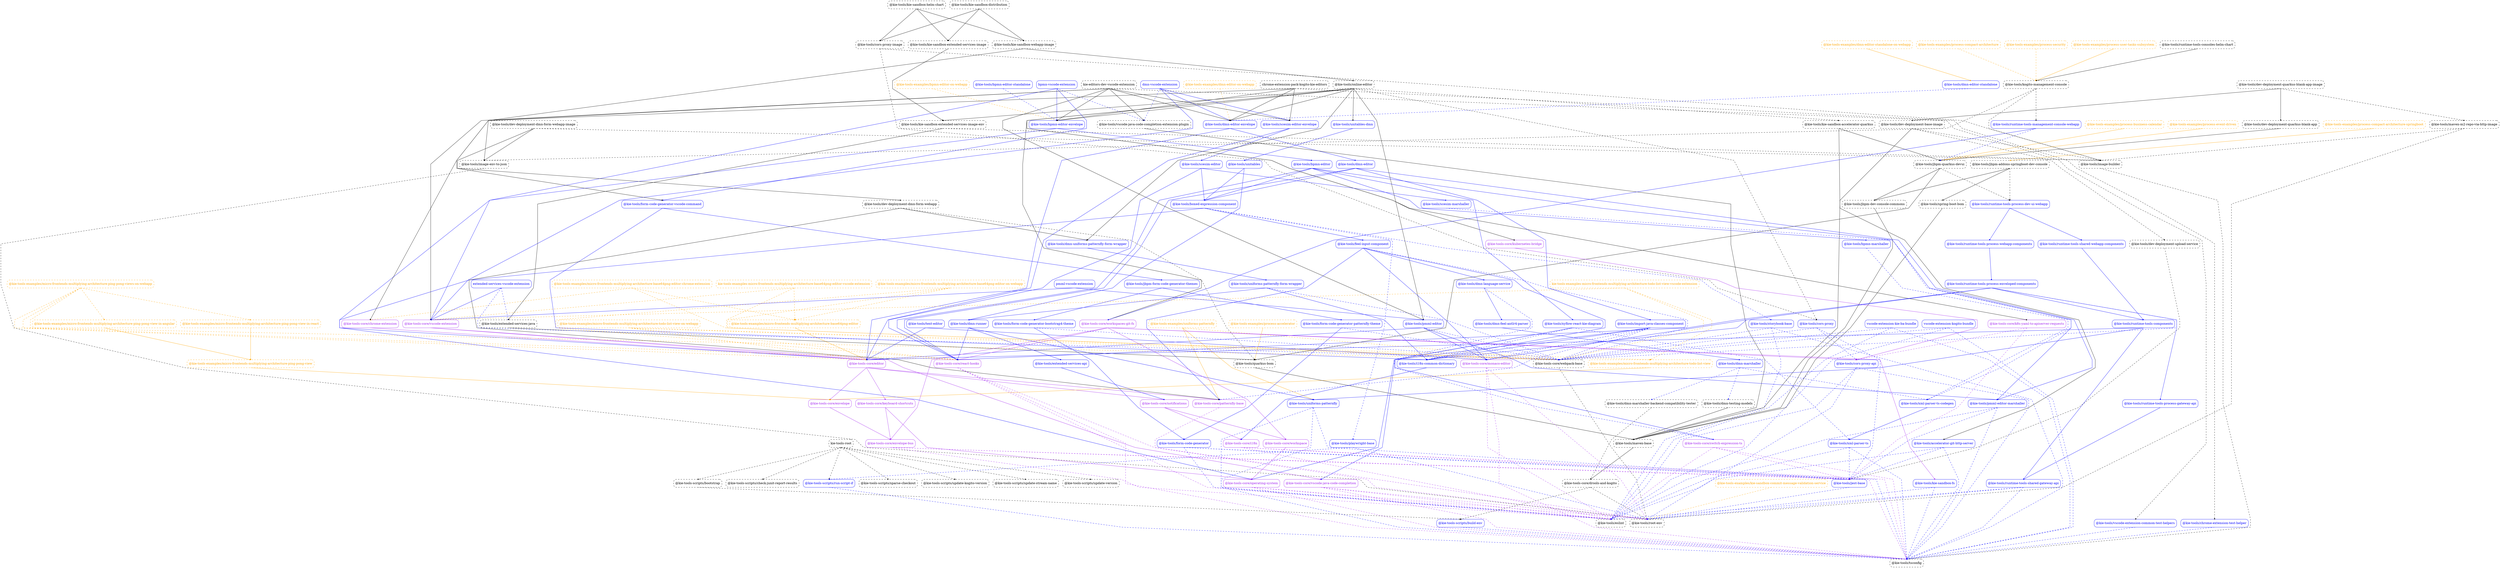
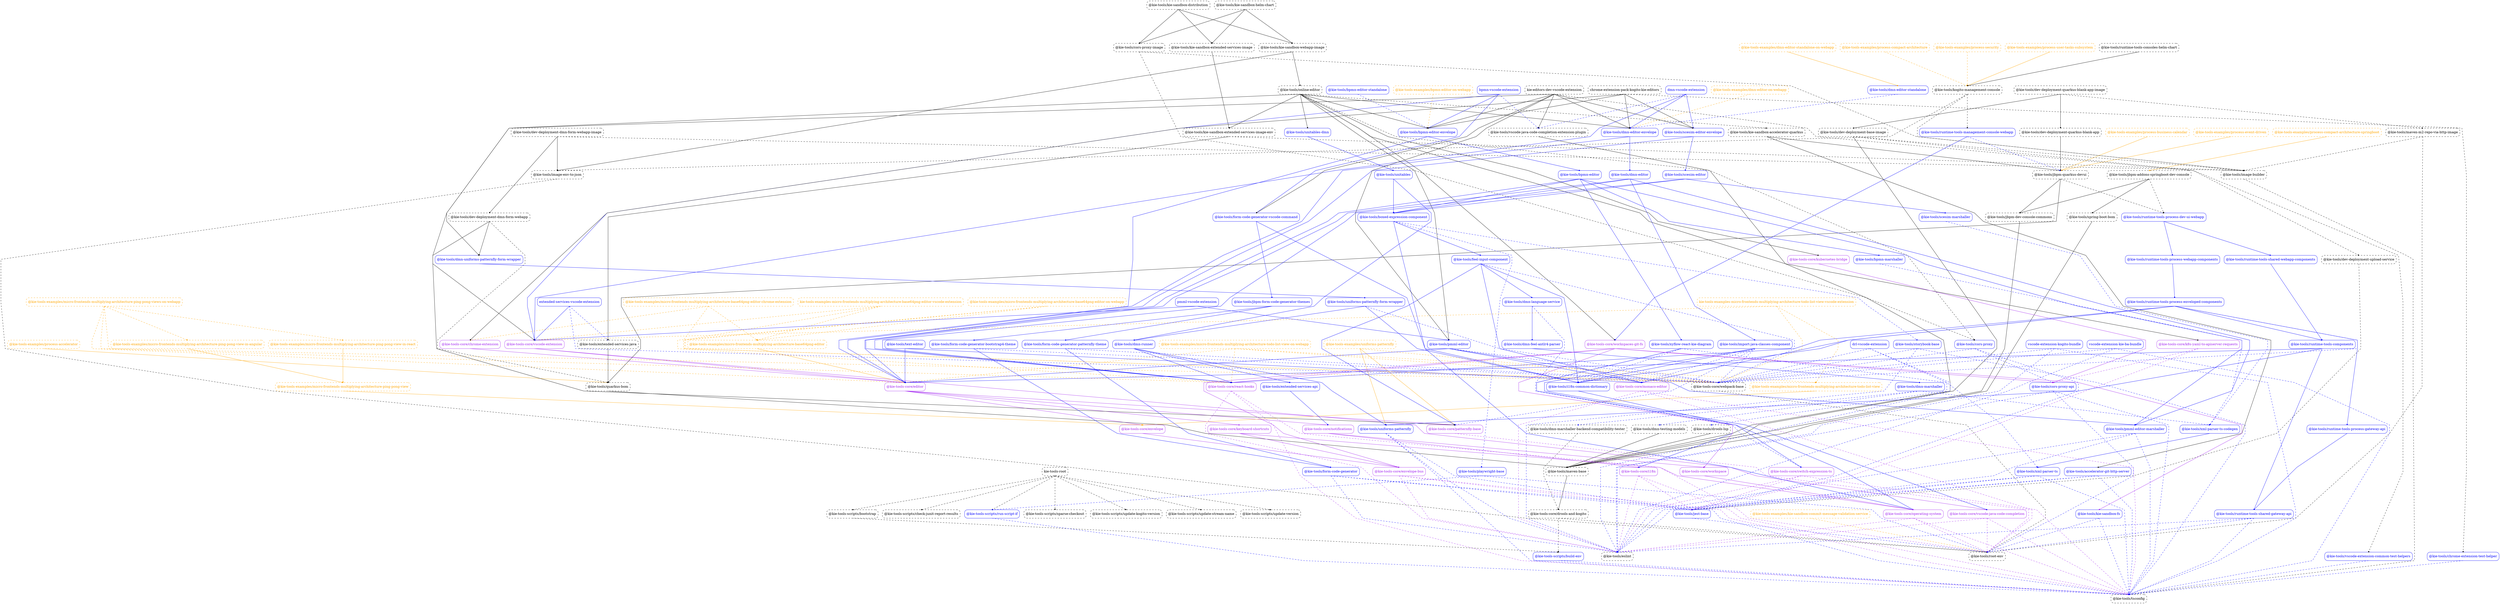
digraph G {
  graph [ ranksep =2, splines = "polyline", rankdir =TB, ordering = "out" ];
  node [ shape =box ];
  edge [ headport = "n", tailport = "s", arrowhead =dot, arrowsize =0.5 ];
  "kie-tools-root" [ color = "black", fontcolor = "black", style = "dashed, rounded" ];
  "@kie-tools-scripts/bootstrap" [ color = "black", fontcolor = "black", style = "dashed, rounded" ];
  "@kie-tools-scripts/check-junit-report-results" [ color = "black", fontcolor = "black", style = "dashed, rounded" ];
  "@kie-tools-scripts/run-script-if" [ color = "blue", fontcolor = "blue", style = "rounded" ];
  "@kie-tools-scripts/sparse-checkout" [ color = "black", fontcolor = "black", style = "dashed, rounded" ];
  "@kie-tools-scripts/update-kogito-version" [ color = "black", fontcolor = "black", style = "dashed, rounded" ];
  "@kie-tools-scripts/update-stream-name" [ color = "black", fontcolor = "black", style = "dashed, rounded" ];
  "@kie-tools-scripts/update-version" [ color = "black", fontcolor = "black", style = "dashed, rounded" ];
  "@kie-tools-examples/bpmn-editor-on-webapp" [ color = "orange", fontcolor = "orange", style = "dashed, rounded" ];
  "@kie-tools/bpmn-editor-envelope" [ color = "blue", fontcolor = "blue", style = "rounded" ];
  "@kie-tools-examples/dmn-editor-on-webapp" [ color = "orange", fontcolor = "orange", style = "dashed, rounded" ];
  "@kie-tools/dmn-editor-envelope" [ color = "blue", fontcolor = "blue", style = "rounded" ];
  "@kie-tools-examples/dmn-editor-standalone-on-webapp" [ color = "orange", fontcolor = "orange", style = "dashed, rounded" ];
  "@kie-tools/dmn-editor-standalone" [ color = "blue", fontcolor = "blue", style = "rounded" ];
  "@kie-tools-examples/kie-sandbox-commit-message-validation-service" [ color = "orange", fontcolor = "orange", style = "dashed, rounded" ];
  "@kie-tools/root-env" [ color = "black", fontcolor = "black", style = "dashed, rounded" ];
  "@kie-tools-examples/micro-frontends-multiplying-architecture-base64png-editor" [ color = "orange", fontcolor = "orange", style = "dashed, rounded" ];
  "@kie-tools-core/editor" [ color = "purple", fontcolor = "purple", style = "rounded" ];
  "@kie-tools-examples/micro-frontends-multiplying-architecture-base64png-editor-chrome-extension" [ color = "orange", fontcolor = "orange", style = "dashed, rounded" ];
  "@kie-tools-core/chrome-extension" [ color = "purple", fontcolor = "purple", style = "rounded" ];
  "@kie-tools-core/webpack-base" [ color = "black", fontcolor = "black", style = "dashed, rounded" ];
  "@kie-tools-examples/micro-frontends-multiplying-architecture-base64png-editor-on-webapp" [ color = "orange", fontcolor = "orange", style = "dashed, rounded" ];
  "@kie-tools-core/react-hooks" [ color = "purple", fontcolor = "purple", style = "rounded" ];
  "kie-tools-examples-micro-frontends-multiplying-architecture-base64png-editor-vscode-extension" [ color = "orange", fontcolor = "orange", style = "dashed, rounded" ];
  "@kie-tools-core/vscode-extension" [ color = "purple", fontcolor = "purple", style = "rounded" ];
  "@kie-tools-examples/micro-frontends-multiplying-architecture-ping-pong-view" [ color = "orange", fontcolor = "orange", style = "dashed, rounded" ];
  "@kie-tools-core/envelope" [ color = "purple", fontcolor = "purple", style = "rounded" ];
  "@kie-tools-examples/micro-frontends-multiplying-architecture-ping-pong-view-in-angular" [ color = "orange", fontcolor = "orange", style = "dashed, rounded" ];
  "@kie-tools-examples/micro-frontends-multiplying-architecture-ping-pong-view-in-react" [ color = "orange", fontcolor = "orange", style = "dashed, rounded" ];
  "@kie-tools-examples/micro-frontends-multiplying-architecture-ping-pong-views-on-webapp" [ color = "orange", fontcolor = "orange", style = "dashed, rounded" ];
  "@kie-tools-examples/micro-frontends-multiplying-architecture-todo-list-view" [ color = "orange", fontcolor = "orange", style = "dashed, rounded" ];
  "@kie-tools-examples/micro-frontends-multiplying-architecture-todo-list-view-on-webapp" [ color = "orange", fontcolor = "orange", style = "dashed, rounded" ];
  "kie-tools-examples-micro-frontends-multiplying-architecture-todo-list-view-vscode-extension" [ color = "orange", fontcolor = "orange", style = "dashed, rounded" ];
  "@kie-tools-examples/process-accelerator" [ color = "orange", fontcolor = "orange", style = "dashed, rounded" ];
  "@kie-tools/quarkus-bom" [ color = "black", fontcolor = "black", style = "dashed, rounded" ];
  "@kie-tools-examples/process-business-calendar" [ color = "orange", fontcolor = "orange", style = "dashed, rounded" ];
  "@kie-tools/jbpm-quarkus-devui" [ color = "black", fontcolor = "black", style = "dashed, rounded" ];
  "@kie-tools-examples/process-compact-architecture" [ color = "orange", fontcolor = "orange", style = "dashed, rounded" ];
  "@kie-tools/kogito-management-console" [ color = "black", fontcolor = "black", style = "dashed, rounded" ];
  "@kie-tools-examples/process-compact-architecture-springboot" [ color = "orange", fontcolor = "orange", style = "dashed, rounded" ];
  "@kie-tools/jbpm-addons-springboot-dev-console" [ color = "black", fontcolor = "black", style = "dashed, rounded" ];
  "@kie-tools-examples/process-event-driven" [ color = "orange", fontcolor = "orange", style = "dashed, rounded" ];
  "@kie-tools-examples/process-security" [ color = "orange", fontcolor = "orange", style = "dashed, rounded" ];
  "@kie-tools-examples/process-user-tasks-subsystem" [ color = "orange", fontcolor = "orange", style = "dashed, rounded" ];
  "@kie-tools-examples/uniforms-patternfly" [ color = "orange", fontcolor = "orange", style = "dashed, rounded" ];
  "@kie-tools-core/patternfly-base" [ color = "purple", fontcolor = "purple", style = "rounded" ];
  "@kie-tools/uniforms-patternfly" [ color = "blue", fontcolor = "blue", style = "rounded" ];
  "@kie-tools/accelerator-git-http-server" [ color = "blue", fontcolor = "blue", style = "rounded" ];
  "@kie-tools/eslint" [ color = "black", fontcolor = "black", style = "dashed, rounded" ];
  "@kie-tools/jest-base" [ color = "blue", fontcolor = "blue", style = "rounded" ];
  "@kie-tools/tsconfig" [ color = "black", fontcolor = "black", style = "dashed, rounded" ];
  "@kie-tools/boxed-expression-component" [ color = "blue", fontcolor = "blue", style = "rounded" ];
  "@kie-tools-core/operating-system" [ color = "purple", fontcolor = "purple", style = "rounded" ];
  "@kie-tools/feel-input-component" [ color = "blue", fontcolor = "blue", style = "rounded" ];
  "@kie-tools/playwright-base" [ color = "blue", fontcolor = "blue", style = "rounded" ];
  "@kie-tools/storybook-base" [ color = "blue", fontcolor = "blue", style = "rounded" ];
  "@kie-tools/bpmn-editor" [ color = "blue", fontcolor = "blue", style = "rounded" ];
  "@kie-tools/bpmn-marshaller" [ color = "blue", fontcolor = "blue", style = "rounded" ];
  "@kie-tools/pmml-editor-marshaller" [ color = "blue", fontcolor = "blue", style = "rounded" ];
  "@kie-tools/xyflow-react-kie-diagram" [ color = "blue", fontcolor = "blue", style = "rounded" ];
  "@kie-tools/bpmn-editor-standalone" [ color = "blue", fontcolor = "blue", style = "rounded" ];
  "@kie-tools/xml-parser-ts-codegen" [ color = "blue", fontcolor = "blue", style = "rounded" ];
  "bpmn-vscode-extension" [ color = "blue", fontcolor = "blue", style = "rounded" ];
  "@kie-tools/form-code-generator-vscode-command" [ color = "blue", fontcolor = "blue", style = "rounded" ];
  "@kie-tools/vscode-java-code-completion-extension-plugin" [ color = "black", fontcolor = "black", style = "dashed, rounded" ];
  "chrome-extension-pack-kogito-kie-editors" [ color = "black", fontcolor = "black", style = "dashed, rounded" ];
  "@kie-tools/scesim-editor-envelope" [ color = "blue", fontcolor = "blue", style = "rounded" ];
  "@kie-tools/chrome-extension-test-helper" [ color = "blue", fontcolor = "blue", style = "rounded" ];
  "@kie-tools/cors-proxy" [ color = "blue", fontcolor = "blue", style = "rounded" ];
  "@kie-tools/cors-proxy-api" [ color = "blue", fontcolor = "blue", style = "rounded" ];
  "@kie-tools/cors-proxy-image" [ color = "black", fontcolor = "black", style = "dashed, rounded" ];
  "@kie-tools/image-builder" [ color = "black", fontcolor = "black", style = "dashed, rounded" ];
  "@kie-tools/dev-deployment-base-image" [ color = "black", fontcolor = "black", style = "dashed, rounded" ];
  "@kie-tools/maven-base" [ color = "black", fontcolor = "black", style = "dashed, rounded" ];
  "@kie-tools/dev-deployment-upload-service" [ color = "black", fontcolor = "black", style = "dashed, rounded" ];
  "@kie-tools/dev-deployment-dmn-form-webapp" [ color = "black", fontcolor = "black", style = "dashed, rounded" ];
  "@kie-tools/dmn-uniforms-patternfly-form-wrapper" [ color = "blue", fontcolor = "blue", style = "rounded" ];
  "@kie-tools/dev-deployment-dmn-form-webapp-image" [ color = "black", fontcolor = "black", style = "dashed, rounded" ];
  "@kie-tools/image-env-to-json" [ color = "black", fontcolor = "black", style = "dashed, rounded" ];
  "@kie-tools/dev-deployment-quarkus-blank-app" [ color = "black", fontcolor = "black", style = "dashed, rounded" ];
  "@kie-tools/dev-deployment-quarkus-blank-app-image" [ color = "black", fontcolor = "black", style = "dashed, rounded" ];
  "@kie-tools/maven-m2-repo-via-http-image" [ color = "black", fontcolor = "black", style = "dashed, rounded" ];
  "@kie-tools/dmn-editor" [ color = "blue", fontcolor = "blue", style = "rounded" ];
  "@kie-tools/import-java-classes-component" [ color = "blue", fontcolor = "blue", style = "rounded" ];
  "@kie-tools/dmn-feel-antlr4-parser" [ color = "blue", fontcolor = "blue", style = "rounded" ];
  "@kie-tools/dmn-marshaller" [ color = "blue", fontcolor = "blue", style = "rounded" ];
  "@kie-tools/dmn-language-service" [ color = "blue", fontcolor = "blue", style = "rounded" ];
  "@kie-tools-core/switch-expression-ts" [ color = "purple", fontcolor = "purple", style = "rounded" ];
  "@kie-tools/dmn-marshaller-backend-compatibility-tester" [ color = "black", fontcolor = "black", style = "dashed, rounded" ];
  "@kie-tools/dmn-testing-models" [ color = "black", fontcolor = "black", style = "dashed, rounded" ];
  "@kie-tools-core/drools-and-kogito" [ color = "black", fontcolor = "black", style = "dashed, rounded" ];
  "@kie-tools/dmn-runner" [ color = "blue", fontcolor = "blue", style = "rounded" ];
  "@kie-tools/extended-services-api" [ color = "blue", fontcolor = "blue", style = "rounded" ];
  "@kie-tools/uniforms-patternfly-form-wrapper" [ color = "blue", fontcolor = "blue", style = "rounded" ];
  "dmn-vscode-extension" [ color = "blue", fontcolor = "blue", style = "rounded" ];
+   "drl-vscode-extension" [ color = "blue", fontcolor = "blue", style = "rounded" ];
+   "@kie-tools/drools-lsp" [ color = "black", fontcolor = "black", style = "dashed, rounded" ];
  "@kie-tools-scripts/build-env" [ color = "blue", fontcolor = "blue", style = "rounded" ];
  "@kie-tools-core/keyboard-shortcuts" [ color = "purple", fontcolor = "purple", style = "rounded" ];
  "@kie-tools-core/notifications" [ color = "purple", fontcolor = "purple", style = "rounded" ];
  "@kie-tools-core/envelope-bus" [ color = "purple", fontcolor = "purple", style = "rounded" ];
  "@kie-tools/extended-services-java" [ color = "black", fontcolor = "black", style = "dashed, rounded" ];
  "extended-services-vscode-extension" [ color = "blue", fontcolor = "blue", style = "rounded" ];
  "@kie-tools-core/monaco-editor" [ color = "purple", fontcolor = "purple", style = "rounded" ];
  "@kie-tools/i18n-common-dictionary" [ color = "blue", fontcolor = "blue", style = "rounded" ];
  "@kie-tools/form-code-generator" [ color = "blue", fontcolor = "blue", style = "rounded" ];
  "@kie-tools/form-code-generator-bootstrap4-theme" [ color = "blue", fontcolor = "blue", style = "rounded" ];
  "@kie-tools/form-code-generator-patternfly-theme" [ color = "blue", fontcolor = "blue", style = "rounded" ];
  "@kie-tools/jbpm-form-code-generator-themes" [ color = "blue", fontcolor = "blue", style = "rounded" ];
  "@kie-tools-core/i18n" [ color = "purple", fontcolor = "purple", style = "rounded" ];
  "@kie-tools-core/vscode-java-code-completion" [ color = "purple", fontcolor = "purple", style = "rounded" ];
  "@kie-tools/jbpm-dev-console-commons" [ color = "black", fontcolor = "black", style = "dashed, rounded" ];
  "@kie-tools/spring-boot-bom" [ color = "black", fontcolor = "black", style = "dashed, rounded" ];
  "@kie-tools/runtime-tools-process-dev-ui-webapp" [ color = "blue", fontcolor = "blue", style = "rounded" ];
  "@kie-tools-core/k8s-yaml-to-apiserver-requests" [ color = "purple", fontcolor = "purple", style = "rounded" ];
  "kie-editors-dev-vscode-extension" [ color = "black", fontcolor = "black", style = "dashed, rounded" ];
  "@kie-tools/pmml-editor" [ color = "blue", fontcolor = "blue", style = "rounded" ];
  "@kie-tools/vscode-extension-common-test-helpers" [ color = "blue", fontcolor = "blue", style = "rounded" ];
  "@kie-tools/kie-sandbox-accelerator-quarkus" [ color = "black", fontcolor = "black", style = "dashed, rounded" ];
  "@kie-tools/kie-sandbox-distribution" [ color = "black", fontcolor = "black", style = "dashed, rounded" ];
  "@kie-tools/kie-sandbox-extended-services-image" [ color = "black", fontcolor = "black", style = "dashed, rounded" ];
  "@kie-tools/kie-sandbox-webapp-image" [ color = "black", fontcolor = "black", style = "dashed, rounded" ];
  "@kie-tools/kie-sandbox-extended-services-image-env" [ color = "black", fontcolor = "black", style = "dashed, rounded" ];
  "@kie-tools/kie-sandbox-fs" [ color = "blue", fontcolor = "blue", style = "rounded" ];
  "@kie-tools/kie-sandbox-helm-chart" [ color = "black", fontcolor = "black", style = "dashed, rounded" ];
  "@kie-tools/online-editor" [ color = "black", fontcolor = "black", style = "dashed, rounded" ];
  "@kie-tools/runtime-tools-management-console-webapp" [ color = "blue", fontcolor = "blue", style = "rounded" ];
  "@kie-tools-core/kubernetes-bridge" [ color = "purple", fontcolor = "purple", style = "rounded" ];
  "@kie-tools-core/workspace" [ color = "purple", fontcolor = "purple", style = "rounded" ];
  "@kie-tools-core/workspaces-git-fs" [ color = "purple", fontcolor = "purple", style = "rounded" ];
  "@kie-tools/unitables-dmn" [ color = "blue", fontcolor = "blue", style = "rounded" ];
  "pmml-vscode-extension" [ color = "blue", fontcolor = "blue", style = "rounded" ];
  "@kie-tools/runtime-tools-components" [ color = "blue", fontcolor = "blue", style = "rounded" ];
  "@kie-tools/runtime-tools-shared-gateway-api" [ color = "blue", fontcolor = "blue", style = "rounded" ];
  "@kie-tools/runtime-tools-consoles-helm-chart" [ color = "black", fontcolor = "black", style = "dashed, rounded" ];
  "@kie-tools/runtime-tools-process-webapp-components" [ color = "blue", fontcolor = "blue", style = "rounded" ];
  "@kie-tools/runtime-tools-shared-webapp-components" [ color = "blue", fontcolor = "blue", style = "rounded" ];
  "@kie-tools/runtime-tools-process-enveloped-components" [ color = "blue", fontcolor = "blue", style = "rounded" ];
  "@kie-tools/runtime-tools-process-gateway-api" [ color = "blue", fontcolor = "blue", style = "rounded" ];
  "@kie-tools/scesim-editor" [ color = "blue", fontcolor = "blue", style = "rounded" ];
  "@kie-tools/scesim-marshaller" [ color = "blue", fontcolor = "blue", style = "rounded" ];
  "@kie-tools/text-editor" [ color = "blue", fontcolor = "blue", style = "rounded" ];
  "@kie-tools/unitables" [ color = "blue", fontcolor = "blue", style = "rounded" ];
  "vscode-extension-kie-ba-bundle" [ color = "blue", fontcolor = "blue", style = "rounded" ];
  "vscode-extension-kogito-bundle" [ color = "blue", fontcolor = "blue", style = "rounded" ];
  "@kie-tools/xml-parser-ts" [ color = "blue", fontcolor = "blue", style = "rounded" ];
  "kie-tools-root" -> "@kie-tools-scripts/bootstrap" [ style = "dashed", color = "black" ];
  "kie-tools-root" -> "@kie-tools-scripts/check-junit-report-results" [ style = "dashed", color = "black" ];
  "kie-tools-root" -> "@kie-tools-scripts/run-script-if" [ style = "dashed", color = "black" ];
  "kie-tools-root" -> "@kie-tools-scripts/sparse-checkout" [ style = "dashed", color = "black" ];
  "kie-tools-root" -> "@kie-tools-scripts/update-kogito-version" [ style = "dashed", color = "black" ];
  "kie-tools-root" -> "@kie-tools-scripts/update-stream-name" [ style = "dashed", color = "black" ];
  "kie-tools-root" -> "@kie-tools-scripts/update-version" [ style = "dashed", color = "black" ];
  "@kie-tools-examples/bpmn-editor-on-webapp" -> "@kie-tools/bpmn-editor-envelope" [ style = "dashed", color = "orange" ];
  "@kie-tools-examples/dmn-editor-on-webapp" -> "@kie-tools/dmn-editor-envelope" [ style = "dashed", color = "orange" ];
  "@kie-tools-examples/dmn-editor-standalone-on-webapp" -> "@kie-tools/dmn-editor-standalone" [ style = "solid", color = "orange" ];
  "@kie-tools-examples/kie-sandbox-commit-message-validation-service" -> "@kie-tools/root-env" [ style = "dashed", color = "orange" ];
  "@kie-tools-examples/micro-frontends-multiplying-architecture-base64png-editor" -> "@kie-tools-core/editor" [ style = "solid", color = "orange" ];
  "@kie-tools-examples/micro-frontends-multiplying-architecture-base64png-editor-chrome-extension" -> "@kie-tools-core/chrome-extension" [ style = "dashed", color = "orange" ];
  "@kie-tools-examples/micro-frontends-multiplying-architecture-base64png-editor-chrome-extension" -> "@kie-tools-core/webpack-base" [ style = "dashed", color = "orange" ];
  "@kie-tools-examples/micro-frontends-multiplying-architecture-base64png-editor-chrome-extension" -> "@kie-tools-examples/micro-frontends-multiplying-architecture-base64png-editor" [ style = "dashed", color = "orange" ];
  "@kie-tools-examples/micro-frontends-multiplying-architecture-base64png-editor-on-webapp" -> "@kie-tools-core/react-hooks" [ style = "dashed", color = "orange" ];
  "@kie-tools-examples/micro-frontends-multiplying-architecture-base64png-editor-on-webapp" -> "@kie-tools-core/webpack-base" [ style = "dashed", color = "orange" ];
  "@kie-tools-examples/micro-frontends-multiplying-architecture-base64png-editor-on-webapp" -> "@kie-tools-examples/micro-frontends-multiplying-architecture-base64png-editor" [ style = "dashed", color = "orange" ];
  "kie-tools-examples-micro-frontends-multiplying-architecture-base64png-editor-vscode-extension" -> "@kie-tools-core/vscode-extension" [ style = "dashed", color = "orange" ];
  "kie-tools-examples-micro-frontends-multiplying-architecture-base64png-editor-vscode-extension" -> "@kie-tools-core/webpack-base" [ style = "dashed", color = "orange" ];
  "kie-tools-examples-micro-frontends-multiplying-architecture-base64png-editor-vscode-extension" -> "@kie-tools-examples/micro-frontends-multiplying-architecture-base64png-editor" [ style = "dashed", color = "orange" ];
  "@kie-tools-examples/micro-frontends-multiplying-architecture-ping-pong-view" -> "@kie-tools-core/envelope" [ style = "solid", color = "orange" ];
  "@kie-tools-examples/micro-frontends-multiplying-architecture-ping-pong-view-in-angular" -> "@kie-tools-examples/micro-frontends-multiplying-architecture-ping-pong-view" [ style = "solid", color = "orange" ];
  "@kie-tools-examples/micro-frontends-multiplying-architecture-ping-pong-view-in-react" -> "@kie-tools-examples/micro-frontends-multiplying-architecture-ping-pong-view" [ style = "solid", color = "orange" ];
  "@kie-tools-examples/micro-frontends-multiplying-architecture-ping-pong-views-on-webapp" -> "@kie-tools-core/editor" [ style = "dashed", color = "orange" ];
  "@kie-tools-examples/micro-frontends-multiplying-architecture-ping-pong-views-on-webapp" -> "@kie-tools-core/react-hooks" [ style = "dashed", color = "orange" ];
  "@kie-tools-examples/micro-frontends-multiplying-architecture-ping-pong-views-on-webapp" -> "@kie-tools-core/webpack-base" [ style = "dashed", color = "orange" ];
  "@kie-tools-examples/micro-frontends-multiplying-architecture-ping-pong-views-on-webapp" -> "@kie-tools-examples/micro-frontends-multiplying-architecture-ping-pong-view-in-angular" [ style = "dashed", color = "orange" ];
  "@kie-tools-examples/micro-frontends-multiplying-architecture-ping-pong-views-on-webapp" -> "@kie-tools-examples/micro-frontends-multiplying-architecture-ping-pong-view-in-react" [ style = "dashed", color = "orange" ];
  "@kie-tools-examples/micro-frontends-multiplying-architecture-todo-list-view" -> "@kie-tools-core/envelope" [ style = "solid", color = "orange" ];
  "@kie-tools-examples/micro-frontends-multiplying-architecture-todo-list-view-on-webapp" -> "@kie-tools-core/editor" [ style = "dashed", color = "orange" ];
  "@kie-tools-examples/micro-frontends-multiplying-architecture-todo-list-view-on-webapp" -> "@kie-tools-core/react-hooks" [ style = "dashed", color = "orange" ];
  "@kie-tools-examples/micro-frontends-multiplying-architecture-todo-list-view-on-webapp" -> "@kie-tools-core/webpack-base" [ style = "dashed", color = "orange" ];
  "@kie-tools-examples/micro-frontends-multiplying-architecture-todo-list-view-on-webapp" -> "@kie-tools-examples/micro-frontends-multiplying-architecture-todo-list-view" [ style = "dashed", color = "orange" ];
  "kie-tools-examples-micro-frontends-multiplying-architecture-todo-list-view-vscode-extension" -> "@kie-tools-core/vscode-extension" [ style = "dashed", color = "orange" ];
  "kie-tools-examples-micro-frontends-multiplying-architecture-todo-list-view-vscode-extension" -> "@kie-tools-core/webpack-base" [ style = "dashed", color = "orange" ];
  "kie-tools-examples-micro-frontends-multiplying-architecture-todo-list-view-vscode-extension" -> "@kie-tools-examples/micro-frontends-multiplying-architecture-todo-list-view" [ style = "dashed", color = "orange" ];
  "@kie-tools-examples/process-accelerator" -> "@kie-tools/quarkus-bom" [ style = "solid", color = "orange" ];
  "@kie-tools-examples/process-business-calendar" -> "@kie-tools/jbpm-quarkus-devui" [ style = "solid", color = "orange" ];
  "@kie-tools-examples/process-compact-architecture" -> "@kie-tools/kogito-management-console" [ style = "dashed", color = "orange" ];
  "@kie-tools-examples/process-compact-architecture-springboot" -> "@kie-tools/jbpm-addons-springboot-dev-console" [ style = "solid", color = "orange" ];
  "@kie-tools-examples/process-event-driven" -> "@kie-tools/jbpm-quarkus-devui" [ style = "solid", color = "orange" ];
  "@kie-tools-examples/process-security" -> "@kie-tools/kogito-management-console" [ style = "dashed", color = "orange" ];
  "@kie-tools-examples/process-user-tasks-subsystem" -> "@kie-tools/kogito-management-console" [ style = "solid", color = "orange" ];
  "@kie-tools-examples/uniforms-patternfly" -> "@kie-tools-core/patternfly-base" [ style = "solid", color = "orange" ];
  "@kie-tools-examples/uniforms-patternfly" -> "@kie-tools/uniforms-patternfly" [ style = "solid", color = "orange" ];
  "@kie-tools-examples/uniforms-patternfly" -> "@kie-tools-core/webpack-base" [ style = "dashed", color = "orange" ];
  "@kie-tools/accelerator-git-http-server" -> "@kie-tools/eslint" [ style = "dashed", color = "blue" ];
  "@kie-tools/accelerator-git-http-server" -> "@kie-tools/jest-base" [ style = "dashed", color = "blue" ];
  "@kie-tools/accelerator-git-http-server" -> "@kie-tools/tsconfig" [ style = "dashed", color = "blue" ];
  "@kie-tools/boxed-expression-component" -> "@kie-tools-core/operating-system" [ style = "solid", color = "blue" ];
  "@kie-tools/boxed-expression-component" -> "@kie-tools/feel-input-component" [ style = "solid", color = "blue" ];
  "@kie-tools/boxed-expression-component" -> "@kie-tools/playwright-base" [ style = "dashed", color = "blue" ];
  "@kie-tools/boxed-expression-component" -> "@kie-tools/storybook-base" [ style = "dashed", color = "blue" ];
  "@kie-tools/bpmn-editor" -> "@kie-tools-core/react-hooks" [ style = "solid", color = "blue" ];
  "@kie-tools/bpmn-editor" -> "@kie-tools/boxed-expression-component" [ style = "solid", color = "blue" ];
  "@kie-tools/bpmn-editor" -> "@kie-tools/bpmn-marshaller" [ style = "solid", color = "blue" ];
  "@kie-tools/bpmn-editor" -> "@kie-tools/pmml-editor-marshaller" [ style = "solid", color = "blue" ];
  "@kie-tools/bpmn-editor" -> "@kie-tools/xyflow-react-kie-diagram" [ style = "solid", color = "blue" ];
  "@kie-tools/bpmn-editor-envelope" -> "@kie-tools-core/editor" [ style = "solid", color = "blue" ];
  "@kie-tools/bpmn-editor-envelope" -> "@kie-tools/bpmn-editor" [ style = "solid", color = "blue" ];
  "@kie-tools/bpmn-editor-standalone" -> "@kie-tools/bpmn-editor-envelope" [ style = "dashed", color = "blue" ];
  "@kie-tools/bpmn-marshaller" -> "@kie-tools/xml-parser-ts-codegen" [ style = "dashed", color = "blue" ];
  "bpmn-vscode-extension" -> "@kie-tools-core/vscode-extension" [ style = "solid", color = "blue" ];
  "bpmn-vscode-extension" -> "@kie-tools/bpmn-editor-envelope" [ style = "solid", color = "blue" ];
  "bpmn-vscode-extension" -> "@kie-tools/form-code-generator-vscode-command" [ style = "solid", color = "blue" ];
  "bpmn-vscode-extension" -> "@kie-tools/vscode-java-code-completion-extension-plugin" [ style = "dashed", color = "blue" ];
  "@kie-tools-core/chrome-extension" -> "@kie-tools-core/editor" [ style = "solid", color = "purple" ];
  "chrome-extension-pack-kogito-kie-editors" -> "@kie-tools-core/chrome-extension" [ style = "solid", color = "black" ];
  "chrome-extension-pack-kogito-kie-editors" -> "@kie-tools/bpmn-editor-envelope" [ style = "solid", color = "black" ];
  "chrome-extension-pack-kogito-kie-editors" -> "@kie-tools/dmn-editor-envelope" [ style = "solid", color = "black" ];
  "chrome-extension-pack-kogito-kie-editors" -> "@kie-tools/scesim-editor-envelope" [ style = "solid", color = "black" ];
  "chrome-extension-pack-kogito-kie-editors" -> "@kie-tools/chrome-extension-test-helper" [ style = "dashed", color = "black" ];
  "@kie-tools/chrome-extension-test-helper" -> "@kie-tools/tsconfig" [ style = "dashed", color = "blue" ];
  "@kie-tools/cors-proxy" -> "@kie-tools-core/webpack-base" [ style = "dashed", color = "blue" ];
  "@kie-tools/cors-proxy" -> "@kie-tools/cors-proxy-api" [ style = "dashed", color = "blue" ];
  "@kie-tools/cors-proxy" -> "@kie-tools/jest-base" [ style = "dashed", color = "blue" ];
  "@kie-tools/cors-proxy-api" -> "@kie-tools/eslint" [ style = "dashed", color = "blue" ];
  "@kie-tools/cors-proxy-api" -> "@kie-tools/root-env" [ style = "dashed", color = "blue" ];
  "@kie-tools/cors-proxy-api" -> "@kie-tools/tsconfig" [ style = "dashed", color = "blue" ];
  "@kie-tools/cors-proxy-image" -> "@kie-tools/cors-proxy" [ style = "dashed", color = "black" ];
  "@kie-tools/cors-proxy-image" -> "@kie-tools/image-builder" [ style = "dashed", color = "black" ];
  "@kie-tools/dev-deployment-base-image" -> "@kie-tools/maven-base" [ style = "solid", color = "black" ];
  "@kie-tools/dev-deployment-base-image" -> "@kie-tools/dev-deployment-upload-service" [ style = "dashed", color = "black" ];
  "@kie-tools/dev-deployment-base-image" -> "@kie-tools/image-builder" [ style = "dashed", color = "black" ];
  "@kie-tools/dev-deployment-dmn-form-webapp" -> "@kie-tools-core/patternfly-base" [ style = "solid", color = "black" ];
  "@kie-tools/dev-deployment-dmn-form-webapp" -> "@kie-tools/dmn-uniforms-patternfly-form-wrapper" [ style = "solid", color = "black" ];
  "@kie-tools/dev-deployment-dmn-form-webapp" -> "@kie-tools/quarkus-bom" [ style = "dashed", color = "black" ];
  "@kie-tools/dev-deployment-dmn-form-webapp-image" -> "@kie-tools/dev-deployment-dmn-form-webapp" [ style = "solid", color = "black" ];
  "@kie-tools/dev-deployment-dmn-form-webapp-image" -> "@kie-tools/image-env-to-json" [ style = "solid", color = "black" ];
  "@kie-tools/dev-deployment-dmn-form-webapp-image" -> "@kie-tools/image-builder" [ style = "dashed", color = "black" ];
  "@kie-tools/dev-deployment-quarkus-blank-app" -> "@kie-tools/jbpm-quarkus-devui" [ style = "solid", color = "black" ];
  "@kie-tools/dev-deployment-quarkus-blank-app-image" -> "@kie-tools/dev-deployment-base-image" [ style = "solid", color = "black" ];
  "@kie-tools/dev-deployment-quarkus-blank-app-image" -> "@kie-tools/dev-deployment-quarkus-blank-app" [ style = "solid", color = "black" ];
  "@kie-tools/dev-deployment-quarkus-blank-app-image" -> "@kie-tools/maven-m2-repo-via-http-image" [ style = "dashed", color = "black" ];
  "@kie-tools/dev-deployment-upload-service" -> "@kie-tools/jest-base" [ style = "dashed", color = "black" ];
  "@kie-tools/dmn-editor" -> "@kie-tools-core/react-hooks" [ style = "solid", color = "blue" ];
  "@kie-tools/dmn-editor" -> "@kie-tools/boxed-expression-component" [ style = "solid", color = "blue" ];
  "@kie-tools/dmn-editor" -> "@kie-tools/import-java-classes-component" [ style = "solid", color = "blue" ];
  "@kie-tools/dmn-editor" -> "@kie-tools/pmml-editor-marshaller" [ style = "solid", color = "blue" ];
  "@kie-tools/dmn-editor-envelope" -> "@kie-tools-core/editor" [ style = "solid", color = "blue" ];
  "@kie-tools/dmn-editor-envelope" -> "@kie-tools/dmn-editor" [ style = "solid", color = "blue" ];
  "@kie-tools/dmn-editor-standalone" -> "@kie-tools/dmn-editor-envelope" [ style = "dashed", color = "blue" ];
  "@kie-tools/dmn-feel-antlr4-parser" -> "@kie-tools/dmn-marshaller" [ style = "solid", color = "blue" ];
  "@kie-tools/dmn-language-service" -> "@kie-tools/dmn-feel-antlr4-parser" [ style = "solid", color = "blue" ];
  "@kie-tools/dmn-language-service" -> "@kie-tools-core/switch-expression-ts" [ style = "dashed", color = "blue" ];
  "@kie-tools/dmn-marshaller" -> "@kie-tools/dmn-marshaller-backend-compatibility-tester" [ style = "dashed", color = "blue" ];
  "@kie-tools/dmn-marshaller" -> "@kie-tools/dmn-testing-models" [ style = "dashed", color = "blue" ];
  "@kie-tools/dmn-marshaller" -> "@kie-tools/xml-parser-ts-codegen" [ style = "dashed", color = "blue" ];
  "@kie-tools/dmn-marshaller-backend-compatibility-tester" -> "@kie-tools-core/drools-and-kogito" [ style = "dashed", color = "black" ];
  "@kie-tools/dmn-runner" -> "@kie-tools-core/react-hooks" [ style = "solid", color = "blue" ];
  "@kie-tools/dmn-runner" -> "@kie-tools/extended-services-api" [ style = "solid", color = "blue" ];
  "@kie-tools/dmn-runner" -> "@kie-tools/uniforms-patternfly" [ style = "solid", color = "blue" ];
  "@kie-tools/dmn-testing-models" -> "@kie-tools/maven-base" [ style = "solid", color = "black" ];
  "@kie-tools/dmn-uniforms-patternfly-form-wrapper" -> "@kie-tools/uniforms-patternfly-form-wrapper" [ style = "solid", color = "blue" ];
  "dmn-vscode-extension" -> "@kie-tools-core/vscode-extension" [ style = "solid", color = "blue" ];
  "dmn-vscode-extension" -> "@kie-tools/dmn-editor-envelope" [ style = "solid", color = "blue" ];
  "dmn-vscode-extension" -> "@kie-tools/scesim-editor-envelope" [ style = "solid", color = "blue" ];
  "dmn-vscode-extension" -> "@kie-tools/vscode-java-code-completion-extension-plugin" [ style = "dashed", color = "blue" ];
+   "drl-vscode-extension" -> "@kie-tools-core/webpack-base" [ style = "dashed", color = "blue" ];
+   "drl-vscode-extension" -> "@kie-tools/drools-lsp" [ style = "dashed", color = "blue" ];
+   "drl-vscode-extension" -> "@kie-tools/eslint" [ style = "dashed", color = "blue" ];
  "@kie-tools-core/drools-and-kogito" -> "@kie-tools-scripts/build-env" [ style = "dashed", color = "black" ];
  "@kie-tools-core/drools-and-kogito" -> "@kie-tools/root-env" [ style = "dashed", color = "black" ];
+   "@kie-tools/drools-lsp" -> "@kie-tools/maven-base" [ style = "solid", color = "black" ];
  "@kie-tools-core/editor" -> "@kie-tools-core/envelope" [ style = "solid", color = "purple" ];
  "@kie-tools-core/editor" -> "@kie-tools-core/keyboard-shortcuts" [ style = "solid", color = "purple" ];
  "@kie-tools-core/editor" -> "@kie-tools-core/notifications" [ style = "solid", color = "purple" ];
  "@kie-tools-core/editor" -> "@kie-tools-core/patternfly-base" [ style = "solid", color = "purple" ];
  "@kie-tools-core/envelope" -> "@kie-tools-core/envelope-bus" [ style = "solid", color = "purple" ];
  "@kie-tools-core/envelope-bus" -> "@kie-tools/eslint" [ style = "dashed", color = "purple" ];
  "@kie-tools-core/envelope-bus" -> "@kie-tools/jest-base" [ style = "dashed", color = "purple" ];
  "@kie-tools-core/envelope-bus" -> "@kie-tools/tsconfig" [ style = "dashed", color = "purple" ];
  "@kie-tools/extended-services-api" -> "@kie-tools-core/notifications" [ style = "solid", color = "blue" ];
  "@kie-tools/extended-services-java" -> "@kie-tools/quarkus-bom" [ style = "solid", color = "black" ];
  "extended-services-vscode-extension" -> "@kie-tools-core/vscode-extension" [ style = "solid", color = "blue" ];
  "extended-services-vscode-extension" -> "@kie-tools-core/webpack-base" [ style = "dashed", color = "blue" ];
  "extended-services-vscode-extension" -> "@kie-tools/extended-services-java" [ style = "dashed", color = "blue" ];
  "@kie-tools/feel-input-component" -> "@kie-tools-core/monaco-editor" [ style = "solid", color = "blue" ];
  "@kie-tools/feel-input-component" -> "@kie-tools-core/patternfly-base" [ style = "solid", color = "blue" ];
  "@kie-tools/feel-input-component" -> "@kie-tools/dmn-language-service" [ style = "solid", color = "blue" ];
  "@kie-tools/feel-input-component" -> "@kie-tools/i18n-common-dictionary" [ style = "solid", color = "blue" ];
  "@kie-tools/feel-input-component" -> "@kie-tools-core/webpack-base" [ style = "dashed", color = "blue" ];
  "@kie-tools/form-code-generator" -> "@kie-tools/eslint" [ style = "dashed", color = "blue" ];
  "@kie-tools/form-code-generator" -> "@kie-tools/jest-base" [ style = "dashed", color = "blue" ];
  "@kie-tools/form-code-generator" -> "@kie-tools/tsconfig" [ style = "dashed", color = "blue" ];
  "@kie-tools/form-code-generator-bootstrap4-theme" -> "@kie-tools/form-code-generator" [ style = "solid", color = "blue" ];
  "@kie-tools/form-code-generator-bootstrap4-theme" -> "@kie-tools-core/webpack-base" [ style = "dashed", color = "blue" ];
  "@kie-tools/form-code-generator-patternfly-theme" -> "@kie-tools/form-code-generator" [ style = "solid", color = "blue" ];
  "@kie-tools/form-code-generator-patternfly-theme" -> "@kie-tools-core/webpack-base" [ style = "dashed", color = "blue" ];
  "@kie-tools/form-code-generator-vscode-command" -> "@kie-tools/i18n-common-dictionary" [ style = "solid", color = "blue" ];
  "@kie-tools/form-code-generator-vscode-command" -> "@kie-tools/jbpm-form-code-generator-themes" [ style = "solid", color = "blue" ];
  "@kie-tools-core/i18n" -> "@kie-tools/eslint" [ style = "dashed", color = "purple" ];
  "@kie-tools-core/i18n" -> "@kie-tools/jest-base" [ style = "dashed", color = "purple" ];
  "@kie-tools-core/i18n" -> "@kie-tools/tsconfig" [ style = "dashed", color = "purple" ];
  "@kie-tools/i18n-common-dictionary" -> "@kie-tools-core/i18n" [ style = "solid", color = "blue" ];
  "@kie-tools/image-builder" -> "@kie-tools/tsconfig" [ style = "dashed", color = "black" ];
  "@kie-tools/image-env-to-json" -> "@kie-tools/root-env" [ style = "dashed", color = "black" ];
  "@kie-tools/import-java-classes-component" -> "@kie-tools-core/vscode-java-code-completion" [ style = "solid", color = "blue" ];
  "@kie-tools/import-java-classes-component" -> "@kie-tools/i18n-common-dictionary" [ style = "solid", color = "blue" ];
  "@kie-tools/import-java-classes-component" -> "@kie-tools-core/monaco-editor" [ style = "dashed", color = "blue" ];
  "@kie-tools/import-java-classes-component" -> "@kie-tools-core/patternfly-base" [ style = "dashed", color = "blue" ];
  "@kie-tools/import-java-classes-component" -> "@kie-tools-core/webpack-base" [ style = "dashed", color = "blue" ];
  "@kie-tools/jbpm-addons-springboot-dev-console" -> "@kie-tools/jbpm-dev-console-commons" [ style = "solid", color = "black" ];
  "@kie-tools/jbpm-addons-springboot-dev-console" -> "@kie-tools/spring-boot-bom" [ style = "solid", color = "black" ];
  "@kie-tools/jbpm-addons-springboot-dev-console" -> "@kie-tools/runtime-tools-process-dev-ui-webapp" [ style = "dashed", color = "black" ];
  "@kie-tools/jbpm-dev-console-commons" -> "@kie-tools/maven-base" [ style = "solid", color = "black" ];
  "@kie-tools/jbpm-form-code-generator-themes" -> "@kie-tools/form-code-generator-bootstrap4-theme" [ style = "solid", color = "blue" ];
  "@kie-tools/jbpm-form-code-generator-themes" -> "@kie-tools/form-code-generator-patternfly-theme" [ style = "solid", color = "blue" ];
  "@kie-tools/jbpm-quarkus-devui" -> "@kie-tools/jbpm-dev-console-commons" [ style = "solid", color = "black" ];
  "@kie-tools/jbpm-quarkus-devui" -> "@kie-tools/quarkus-bom" [ style = "solid", color = "black" ];
  "@kie-tools/jbpm-quarkus-devui" -> "@kie-tools/runtime-tools-process-dev-ui-webapp" [ style = "dashed", color = "black" ];
  "@kie-tools/jest-base" -> "@kie-tools/root-env" [ style = "dashed", color = "blue" ];
  "@kie-tools-core/k8s-yaml-to-apiserver-requests" -> "@kie-tools/cors-proxy-api" [ style = "dashed", color = "purple" ];
  "@kie-tools-core/k8s-yaml-to-apiserver-requests" -> "@kie-tools/jest-base" [ style = "dashed", color = "purple" ];
  "@kie-tools-core/keyboard-shortcuts" -> "@kie-tools-core/envelope-bus" [ style = "solid", color = "purple" ];
  "@kie-tools-core/keyboard-shortcuts" -> "@kie-tools-core/operating-system" [ style = "solid", color = "purple" ];
  "kie-editors-dev-vscode-extension" -> "@kie-tools-core/vscode-extension" [ style = "solid", color = "black" ];
  "kie-editors-dev-vscode-extension" -> "@kie-tools/bpmn-editor-envelope" [ style = "solid", color = "black" ];
  "kie-editors-dev-vscode-extension" -> "@kie-tools/dmn-editor-envelope" [ style = "solid", color = "black" ];
  "kie-editors-dev-vscode-extension" -> "@kie-tools/form-code-generator-vscode-command" [ style = "solid", color = "black" ];
  "kie-editors-dev-vscode-extension" -> "@kie-tools/pmml-editor" [ style = "solid", color = "black" ];
  "kie-editors-dev-vscode-extension" -> "@kie-tools/scesim-editor-envelope" [ style = "solid", color = "black" ];
  "kie-editors-dev-vscode-extension" -> "@kie-tools/vscode-java-code-completion-extension-plugin" [ style = "solid", color = "black" ];
  "kie-editors-dev-vscode-extension" -> "@kie-tools/vscode-extension-common-test-helpers" [ style = "dashed", color = "black" ];
  "@kie-tools/kie-sandbox-accelerator-quarkus" -> "@kie-tools/accelerator-git-http-server" [ style = "solid", color = "black" ];
  "@kie-tools/kie-sandbox-accelerator-quarkus" -> "@kie-tools/jbpm-quarkus-devui" [ style = "solid", color = "black" ];
  "@kie-tools/kie-sandbox-distribution" -> "@kie-tools/cors-proxy-image" [ style = "solid", color = "black" ];
  "@kie-tools/kie-sandbox-distribution" -> "@kie-tools/kie-sandbox-extended-services-image" [ style = "solid", color = "black" ];
  "@kie-tools/kie-sandbox-distribution" -> "@kie-tools/kie-sandbox-webapp-image" [ style = "solid", color = "black" ];
  "@kie-tools/kie-sandbox-extended-services-image" -> "@kie-tools/kie-sandbox-extended-services-image-env" [ style = "solid", color = "black" ];
  "@kie-tools/kie-sandbox-extended-services-image-env" -> "@kie-tools/extended-services-java" [ style = "solid", color = "black" ];
  "@kie-tools/kie-sandbox-extended-services-image-env" -> "@kie-tools/image-builder" [ style = "dashed", color = "black" ];
  "@kie-tools/kie-sandbox-fs" -> "@kie-tools/root-env" [ style = "dashed", color = "blue" ];
  "@kie-tools/kie-sandbox-fs" -> "@kie-tools/tsconfig" [ style = "dashed", color = "blue" ];
  "@kie-tools/kie-sandbox-helm-chart" -> "@kie-tools/cors-proxy-image" [ style = "solid", color = "black" ];
  "@kie-tools/kie-sandbox-helm-chart" -> "@kie-tools/kie-sandbox-extended-services-image" [ style = "solid", color = "black" ];
  "@kie-tools/kie-sandbox-helm-chart" -> "@kie-tools/kie-sandbox-webapp-image" [ style = "solid", color = "black" ];
  "@kie-tools/kie-sandbox-webapp-image" -> "@kie-tools/image-env-to-json" [ style = "solid", color = "black" ];
  "@kie-tools/kie-sandbox-webapp-image" -> "@kie-tools/online-editor" [ style = "solid", color = "black" ];
  "@kie-tools/kogito-management-console" -> "@kie-tools/image-builder" [ style = "dashed", color = "black" ];
  "@kie-tools/kogito-management-console" -> "@kie-tools/image-env-to-json" [ style = "dashed", color = "black" ];
  "@kie-tools/kogito-management-console" -> "@kie-tools/runtime-tools-management-console-webapp" [ style = "dashed", color = "black" ];
  "@kie-tools-core/kubernetes-bridge" -> "@kie-tools/cors-proxy-api" [ style = "solid", color = "purple" ];
  "@kie-tools/maven-base" -> "@kie-tools-core/drools-and-kogito" [ style = "solid", color = "black" ];
  "@kie-tools/maven-m2-repo-via-http-image" -> "@kie-tools/image-builder" [ style = "dashed", color = "black" ];
  "@kie-tools/maven-m2-repo-via-http-image" -> "@kie-tools/root-env" [ style = "dashed", color = "black" ];
  "@kie-tools-core/monaco-editor" -> "@kie-tools/eslint" [ style = "dashed", color = "purple" ];
  "@kie-tools-core/monaco-editor" -> "@kie-tools/root-env" [ style = "dashed", color = "purple" ];
  "@kie-tools-core/monaco-editor" -> "@kie-tools/tsconfig" [ style = "dashed", color = "purple" ];
  "@kie-tools-core/notifications" -> "@kie-tools-core/i18n" [ style = "solid", color = "purple" ];
  "@kie-tools-core/notifications" -> "@kie-tools-core/workspace" [ style = "solid", color = "purple" ];
  "@kie-tools/online-editor" -> "@kie-tools-core/k8s-yaml-to-apiserver-requests" [ style = "solid", color = "black" ];
  "@kie-tools/online-editor" -> "@kie-tools-core/kubernetes-bridge" [ style = "solid", color = "black" ];
  "@kie-tools/online-editor" -> "@kie-tools-core/workspaces-git-fs" [ style = "solid", color = "black" ];
  "@kie-tools/online-editor" -> "@kie-tools/bpmn-editor-envelope" [ style = "solid", color = "black" ];
  "@kie-tools/online-editor" -> "@kie-tools/dmn-editor-envelope" [ style = "solid", color = "black" ];
  "@kie-tools/online-editor" -> "@kie-tools/dmn-uniforms-patternfly-form-wrapper" [ style = "solid", color = "black" ];
  "@kie-tools/online-editor" -> "@kie-tools/kie-sandbox-extended-services-image-env" [ style = "solid", color = "black" ];
  "@kie-tools/online-editor" -> "@kie-tools/pmml-editor" [ style = "solid", color = "black" ];
  "@kie-tools/online-editor" -> "@kie-tools/unitables-dmn" [ style = "solid", color = "black" ];
  "@kie-tools/online-editor" -> "@kie-tools/cors-proxy" [ style = "dashed", color = "black" ];
  "@kie-tools/online-editor" -> "@kie-tools/kie-sandbox-accelerator-quarkus" [ style = "dashed", color = "black" ];
  "@kie-tools-core/operating-system" -> "@kie-tools/eslint" [ style = "dashed", color = "purple" ];
  "@kie-tools-core/operating-system" -> "@kie-tools/root-env" [ style = "dashed", color = "purple" ];
  "@kie-tools-core/operating-system" -> "@kie-tools/tsconfig" [ style = "dashed", color = "purple" ];
  "@kie-tools-core/patternfly-base" -> "@kie-tools/root-env" [ style = "dashed", color = "purple" ];
  "@kie-tools/playwright-base" -> "@kie-tools-scripts/run-script-if" [ style = "dashed", color = "blue" ];
  "@kie-tools/playwright-base" -> "@kie-tools/root-env" [ style = "dashed", color = "blue" ];
  "@kie-tools/pmml-editor" -> "@kie-tools-core/editor" [ style = "solid", color = "blue" ];
  "@kie-tools/pmml-editor" -> "@kie-tools-core/monaco-editor" [ style = "solid", color = "blue" ];
  "@kie-tools/pmml-editor" -> "@kie-tools/pmml-editor-marshaller" [ style = "solid", color = "blue" ];
  "@kie-tools/pmml-editor" -> "@kie-tools-core/webpack-base" [ style = "dashed", color = "blue" ];
  "@kie-tools/pmml-editor-marshaller" -> "@kie-tools/eslint" [ style = "dashed", color = "blue" ];
  "@kie-tools/pmml-editor-marshaller" -> "@kie-tools/jest-base" [ style = "dashed", color = "blue" ];
  "@kie-tools/pmml-editor-marshaller" -> "@kie-tools/tsconfig" [ style = "dashed", color = "blue" ];
  "pmml-vscode-extension" -> "@kie-tools-core/vscode-extension" [ style = "solid", color = "blue" ];
  "pmml-vscode-extension" -> "@kie-tools/pmml-editor" [ style = "solid", color = "blue" ];
  "@kie-tools/quarkus-bom" -> "@kie-tools/maven-base" [ style = "solid", color = "black" ];
  "@kie-tools-core/react-hooks" -> "@kie-tools/eslint" [ style = "dashed", color = "purple" ];
  "@kie-tools-core/react-hooks" -> "@kie-tools/root-env" [ style = "dashed", color = "purple" ];
  "@kie-tools-core/react-hooks" -> "@kie-tools/tsconfig" [ style = "dashed", color = "purple" ];
  "@kie-tools/runtime-tools-components" -> "@kie-tools-core/editor" [ style = "solid", color = "blue" ];
  "@kie-tools/runtime-tools-components" -> "@kie-tools/runtime-tools-shared-gateway-api" [ style = "solid", color = "blue" ];
  "@kie-tools/runtime-tools-components" -> "@kie-tools/uniforms-patternfly" [ style = "solid", color = "blue" ];
  "@kie-tools/runtime-tools-consoles-helm-chart" -> "@kie-tools/kogito-management-console" [ style = "solid", color = "black" ];
  "@kie-tools/runtime-tools-management-console-webapp" -> "@kie-tools-core/workspaces-git-fs" [ style = "solid", color = "blue" ];
  "@kie-tools/runtime-tools-management-console-webapp" -> "@kie-tools/jbpm-quarkus-devui" [ style = "dashed", color = "blue" ];
  "@kie-tools/runtime-tools-process-dev-ui-webapp" -> "@kie-tools/runtime-tools-process-webapp-components" [ style = "solid", color = "blue" ];
  "@kie-tools/runtime-tools-process-dev-ui-webapp" -> "@kie-tools/runtime-tools-shared-webapp-components" [ style = "solid", color = "blue" ];
  "@kie-tools/runtime-tools-process-enveloped-components" -> "@kie-tools-core/monaco-editor" [ style = "solid", color = "blue" ];
  "@kie-tools/runtime-tools-process-enveloped-components" -> "@kie-tools-core/react-hooks" [ style = "solid", color = "blue" ];
  "@kie-tools/runtime-tools-process-enveloped-components" -> "@kie-tools/i18n-common-dictionary" [ style = "solid", color = "blue" ];
  "@kie-tools/runtime-tools-process-enveloped-components" -> "@kie-tools/runtime-tools-components" [ style = "solid", color = "blue" ];
  "@kie-tools/runtime-tools-process-enveloped-components" -> "@kie-tools/runtime-tools-process-gateway-api" [ style = "solid", color = "blue" ];
  "@kie-tools/runtime-tools-process-enveloped-components" -> "@kie-tools-core/webpack-base" [ style = "dashed", color = "blue" ];
  "@kie-tools/runtime-tools-process-gateway-api" -> "@kie-tools/runtime-tools-shared-gateway-api" [ style = "solid", color = "blue" ];
  "@kie-tools/runtime-tools-process-webapp-components" -> "@kie-tools/runtime-tools-process-enveloped-components" [ style = "solid", color = "blue" ];
  "@kie-tools/runtime-tools-shared-gateway-api" -> "@kie-tools/eslint" [ style = "dashed", color = "blue" ];
  "@kie-tools/runtime-tools-shared-gateway-api" -> "@kie-tools/root-env" [ style = "dashed", color = "blue" ];
  "@kie-tools/runtime-tools-shared-gateway-api" -> "@kie-tools/tsconfig" [ style = "dashed", color = "blue" ];
  "@kie-tools/runtime-tools-shared-webapp-components" -> "@kie-tools/runtime-tools-components" [ style = "solid", color = "blue" ];
  "@kie-tools/scesim-editor" -> "@kie-tools-core/react-hooks" [ style = "solid", color = "blue" ];
  "@kie-tools/scesim-editor" -> "@kie-tools/boxed-expression-component" [ style = "solid", color = "blue" ];
  "@kie-tools/scesim-editor" -> "@kie-tools/scesim-marshaller" [ style = "solid", color = "blue" ];
  "@kie-tools/scesim-editor-envelope" -> "@kie-tools-core/editor" [ style = "solid", color = "blue" ];
  "@kie-tools/scesim-editor-envelope" -> "@kie-tools/scesim-editor" [ style = "solid", color = "blue" ];
  "@kie-tools/scesim-marshaller" -> "@kie-tools/xml-parser-ts-codegen" [ style = "dashed", color = "blue" ];
  "@kie-tools/spring-boot-bom" -> "@kie-tools/maven-base" [ style = "solid", color = "black" ];
  "@kie-tools/storybook-base" -> "@kie-tools-core/webpack-base" [ style = "dashed", color = "blue" ];
  "@kie-tools/storybook-base" -> "@kie-tools/eslint" [ style = "dashed", color = "blue" ];
  "@kie-tools/storybook-base" -> "@kie-tools/tsconfig" [ style = "dashed", color = "blue" ];
  "@kie-tools-core/switch-expression-ts" -> "@kie-tools/eslint" [ style = "dashed", color = "purple" ];
  "@kie-tools-core/switch-expression-ts" -> "@kie-tools/jest-base" [ style = "dashed", color = "purple" ];
  "@kie-tools-core/switch-expression-ts" -> "@kie-tools/tsconfig" [ style = "dashed", color = "purple" ];
  "@kie-tools/text-editor" -> "@kie-tools-core/editor" [ style = "solid", color = "blue" ];
  "@kie-tools/text-editor" -> "@kie-tools-core/monaco-editor" [ style = "solid", color = "blue" ];
  "@kie-tools/uniforms-patternfly" -> "@kie-tools/eslint" [ style = "dashed", color = "blue" ];
  "@kie-tools/uniforms-patternfly" -> "@kie-tools/jest-base" [ style = "dashed", color = "blue" ];
  "@kie-tools/uniforms-patternfly" -> "@kie-tools/tsconfig" [ style = "dashed", color = "blue" ];
  "@kie-tools/uniforms-patternfly-form-wrapper" -> "@kie-tools/dmn-runner" [ style = "solid", color = "blue" ];
  "@kie-tools/uniforms-patternfly-form-wrapper" -> "@kie-tools/i18n-common-dictionary" [ style = "solid", color = "blue" ];
  "@kie-tools/uniforms-patternfly-form-wrapper" -> "@kie-tools-core/webpack-base" [ style = "dashed", color = "blue" ];
  "@kie-tools/unitables" -> "@kie-tools/boxed-expression-component" [ style = "solid", color = "blue" ];
  "@kie-tools/unitables" -> "@kie-tools/dmn-runner" [ style = "solid", color = "blue" ];
  "@kie-tools/unitables-dmn" -> "@kie-tools/unitables" [ style = "solid", color = "blue" ];
  "@kie-tools-core/vscode-extension" -> "@kie-tools-core/editor" [ style = "solid", color = "purple" ];
  "@kie-tools-core/vscode-extension" -> "@kie-tools-core/vscode-java-code-completion" [ style = "solid", color = "purple" ];
  "@kie-tools/vscode-extension-common-test-helpers" -> "@kie-tools/tsconfig" [ style = "dashed", color = "blue" ];
  "vscode-extension-kie-ba-bundle" -> "@kie-tools-core/webpack-base" [ style = "dashed", color = "blue" ];
  "vscode-extension-kie-ba-bundle" -> "@kie-tools/eslint" [ style = "dashed", color = "blue" ];
  "vscode-extension-kie-ba-bundle" -> "@kie-tools/tsconfig" [ style = "dashed", color = "blue" ];
  "vscode-extension-kogito-bundle" -> "@kie-tools-core/webpack-base" [ style = "dashed", color = "blue" ];
  "vscode-extension-kogito-bundle" -> "@kie-tools/eslint" [ style = "dashed", color = "blue" ];
  "vscode-extension-kogito-bundle" -> "@kie-tools/tsconfig" [ style = "dashed", color = "blue" ];
  "@kie-tools-core/vscode-java-code-completion" -> "@kie-tools/eslint" [ style = "dashed", color = "purple" ];
  "@kie-tools-core/vscode-java-code-completion" -> "@kie-tools/root-env" [ style = "dashed", color = "purple" ];
  "@kie-tools-core/vscode-java-code-completion" -> "@kie-tools/tsconfig" [ style = "dashed", color = "purple" ];
  "@kie-tools/vscode-java-code-completion-extension-plugin" -> "@kie-tools/maven-base" [ style = "solid", color = "black" ];
  "@kie-tools-core/webpack-base" -> "@kie-tools/root-env" [ style = "dashed", color = "black" ];
  "@kie-tools-core/workspace" -> "@kie-tools-core/operating-system" [ style = "solid", color = "purple" ];
  "@kie-tools-core/workspaces-git-fs" -> "@kie-tools-core/envelope-bus" [ style = "solid", color = "purple" ];
  "@kie-tools-core/workspaces-git-fs" -> "@kie-tools-core/react-hooks" [ style = "solid", color = "purple" ];
  "@kie-tools-core/workspaces-git-fs" -> "@kie-tools-core/workspace" [ style = "solid", color = "purple" ];
  "@kie-tools-core/workspaces-git-fs" -> "@kie-tools/cors-proxy-api" [ style = "solid", color = "purple" ];
  "@kie-tools-core/workspaces-git-fs" -> "@kie-tools/kie-sandbox-fs" [ style = "solid", color = "purple" ];
  "@kie-tools/xml-parser-ts" -> "@kie-tools/eslint" [ style = "dashed", color = "blue" ];
  "@kie-tools/xml-parser-ts" -> "@kie-tools/jest-base" [ style = "dashed", color = "blue" ];
  "@kie-tools/xml-parser-ts" -> "@kie-tools/tsconfig" [ style = "dashed", color = "blue" ];
  "@kie-tools/xml-parser-ts-codegen" -> "@kie-tools/xml-parser-ts" [ style = "solid", color = "blue" ];
  "@kie-tools/xyflow-react-kie-diagram" -> "@kie-tools-core/operating-system" [ style = "solid", color = "blue" ];
  "@kie-tools/xyflow-react-kie-diagram" -> "@kie-tools-core/switch-expression-ts" [ style = "solid", color = "blue" ];
  "@kie-tools/xyflow-react-kie-diagram" -> "@kie-tools/i18n-common-dictionary" [ style = "dashed", color = "blue" ];
  "@kie-tools/xyflow-react-kie-diagram" -> "@kie-tools/xml-parser-ts" [ style = "dashed", color = "blue" ];
  "@kie-tools-scripts/bootstrap" -> "@kie-tools-scripts/build-env" [ style = "dashed", color = "black" ];
  "@kie-tools-scripts/build-env" -> "@kie-tools/tsconfig" [ style = "dashed", color = "blue" ];
  "@kie-tools-scripts/run-script-if" -> "@kie-tools/tsconfig" [ style = "dashed", color = "blue" ];
}
